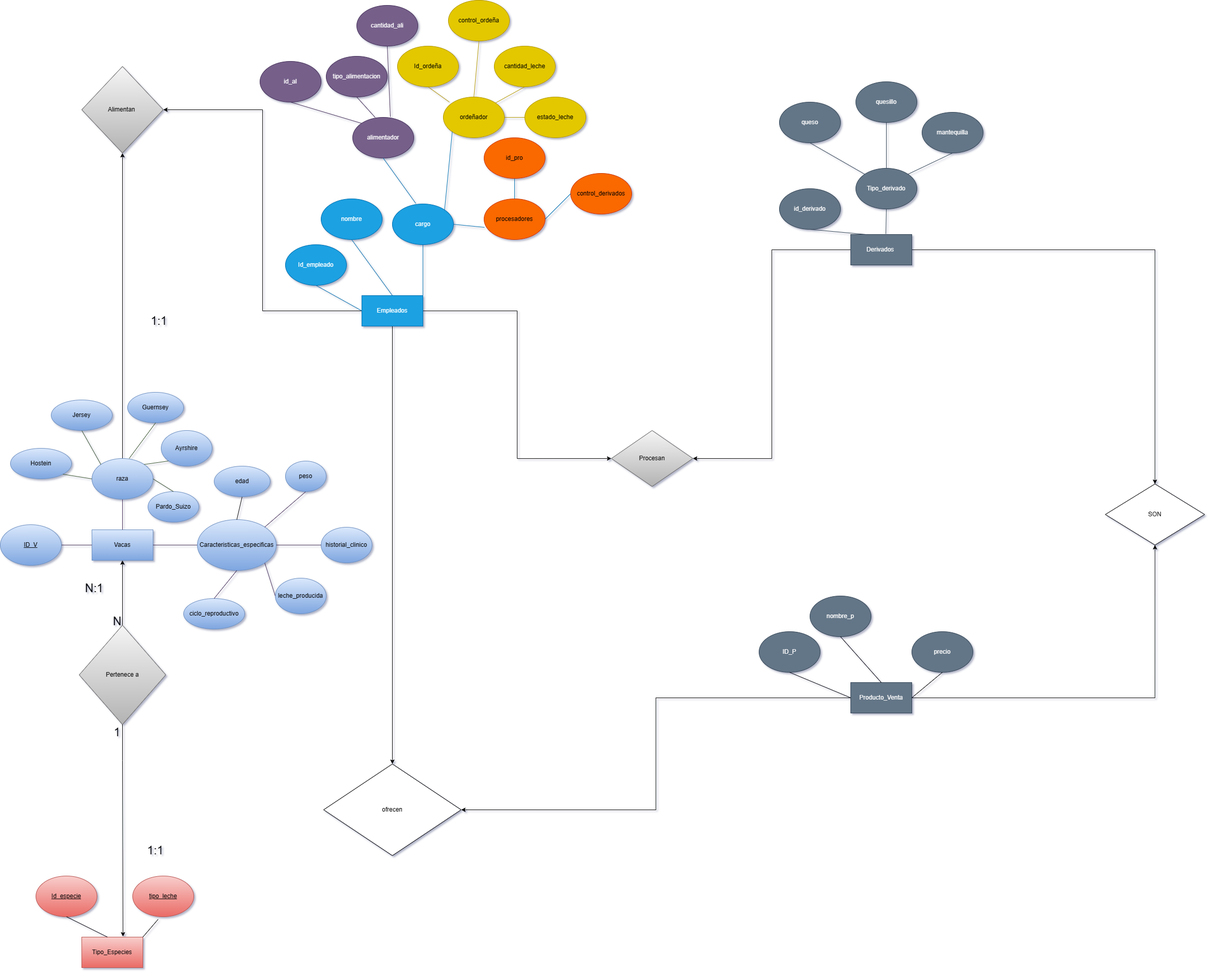
akdii/ProgramacionIV keeps this draw.io diagram as Diagrama sin título.drawio.png. Above is the earlier version. Source tidied: cells renumbered, new cells last; positions are measured from the earlier drawing's top-left corner, leaving out a move shared by most shapes.
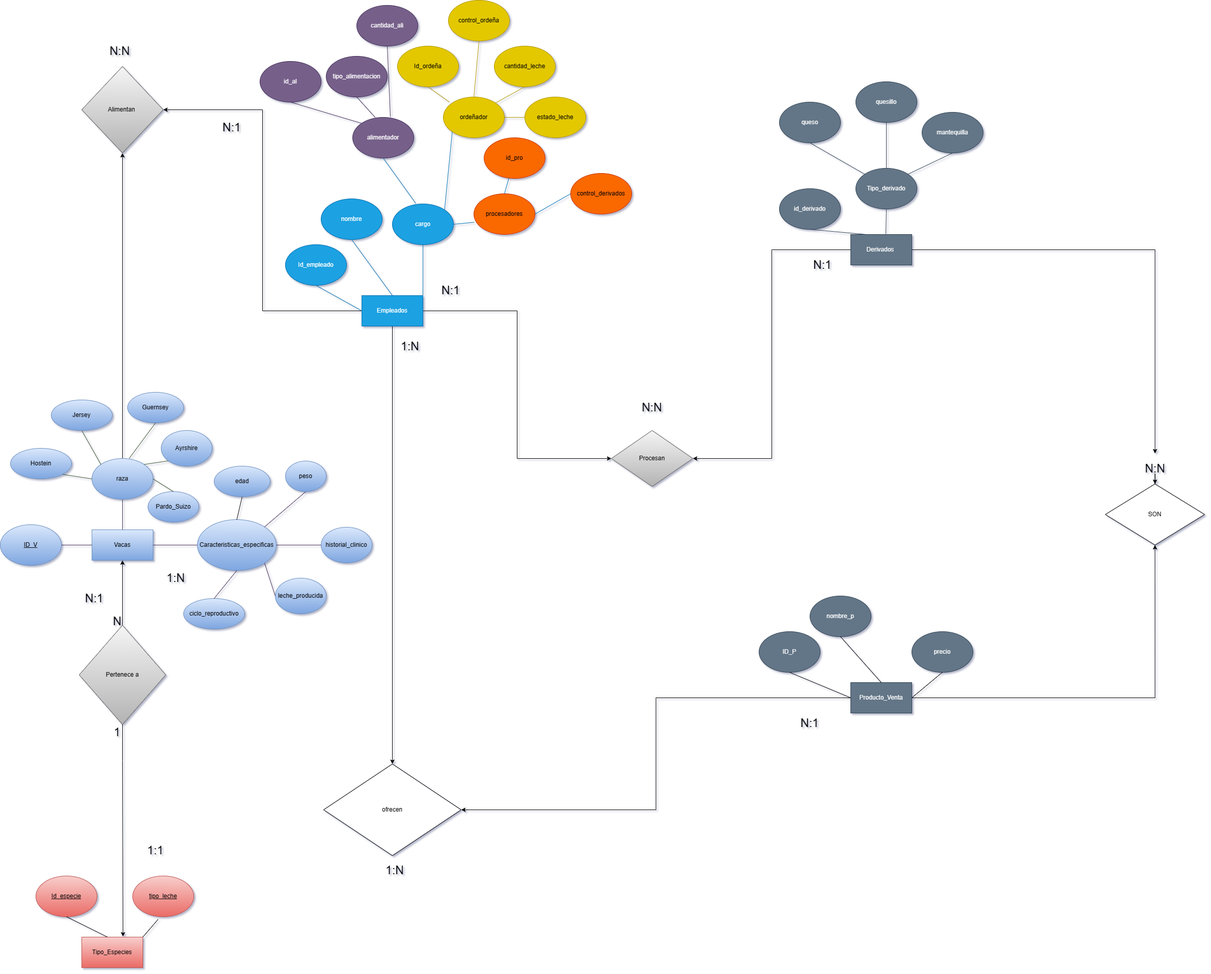
After the change.

What changed in the source:
```diff
@@ -232,7 +232,7 @@
       <mxGeometry x="692" y="230" width="120" height="80" as="geometry" />
     </mxCell>
     <mxCell id="77" value="&lt;span style=&quot;color: rgb(0, 0, 0);&quot;&gt;procesadores&lt;/span&gt;" style="ellipse;whiteSpace=wrap;html=1;fillColor=#fa6800;strokeColor=#C73500;fontColor=#000000;" parent="1" vertex="1">
-      <mxGeometry x="950" y="390" width="120" height="80" as="geometry" />
+      <mxGeometry x="930" y="380" width="120" height="80" as="geometry" />
     </mxCell>
     <mxCell id="78" style="endArrow=none;html=1;rounded=0;entryX=0.5;entryY=1;entryDx=0;entryDy=0;exitX=0.383;exitY=-0.012;exitDx=0;exitDy=0;fillColor=#1ba1e2;strokeColor=#006EAF;exitPerimeter=0;" parent="1" edge="1" source="44" target="76">
       <mxGeometry relative="1" as="geometry" />
@@ -252,7 +252,7 @@
     <mxCell id="83" style="edgeStyle=orthogonalEdgeStyle;rounded=0;jettySize=auto;html=1;entryX=1;entryY=0.5;entryDx=0;entryDy=0;" parent="1" edge="1" source="85" target="56">
       <mxGeometry relative="1" as="geometry" />
     </mxCell>
-    <mxCell id="84" style="edgeStyle=orthogonalEdgeStyle;rounded=0;jettySize=auto;html=1;" parent="1" edge="1" source="85" target="96">
+    <mxCell id="84" style="edgeStyle=orthogonalEdgeStyle;rounded=0;jettySize=auto;html=1;" parent="1" edge="1" source="112" target="96">
       <mxGeometry relative="1" as="geometry" />
     </mxCell>
     <mxCell id="85" value="Derivados&amp;nbsp;" style="rounded=0;whiteSpace=wrap;html=1;fillColor=#647687;strokeColor=#314354;fontColor=#ffffff;" parent="1" vertex="1">
@@ -304,10 +304,40 @@
       <mxGeometry x="200" y="1205" width="60" height="30" as="geometry" />
     </mxCell>
     <mxCell id="101" value="&lt;span style=&quot;font-size: 23px;&quot;&gt;N:1&lt;/span&gt;" style="text;html=1;align=center;verticalAlign=middle;whiteSpace=wrap;rounded=0;" parent="1" vertex="1">
-      <mxGeometry x="130" y="1125" width="110" height="60" as="geometry" />
+      <mxGeometry x="130" y="1145" width="110" height="60" as="geometry" />
     </mxCell>
-    <mxCell id="102" value="&lt;font style=&quot;font-size: 23px;&quot;&gt;1:1&lt;/font&gt;" style="text;html=1;align=center;verticalAlign=middle;whiteSpace=wrap;rounded=0;" parent="1" vertex="1">
-      <mxGeometry x="257" y="600" width="110" height="60" as="geometry" />
+    <mxCell id="102" value="&lt;font style=&quot;font-size: 23px;&quot;&gt;1:N&lt;/font&gt;" style="text;html=1;align=center;verticalAlign=middle;whiteSpace=wrap;rounded=0;" parent="1" vertex="1">
+      <mxGeometry x="290" y="1105" width="110" height="60" as="geometry" />
     </mxCell>
+    <mxCell id="103" value="&lt;font style=&quot;font-size: 23px;&quot;&gt;N:N&lt;/font&gt;" style="text;html=1;align=center;verticalAlign=middle;whiteSpace=wrap;rounded=0;" parent="1" vertex="1">
+      <mxGeometry x="180" y="70" width="110" height="60" as="geometry" />
+    </mxCell>
+    <mxCell id="104" value="&lt;span style=&quot;font-size: 23px;&quot;&gt;N:1&lt;/span&gt;" style="text;html=1;align=center;verticalAlign=middle;whiteSpace=wrap;rounded=0;" parent="1" vertex="1">
+      <mxGeometry x="400" y="220" width="110" height="60" as="geometry" />
+    </mxCell>
+    <mxCell id="105" value="&lt;span style=&quot;font-size: 23px;&quot;&gt;N:1&lt;/span&gt;" style="text;html=1;align=center;verticalAlign=middle;whiteSpace=wrap;rounded=0;" parent="1" vertex="1">
+      <mxGeometry x="830" y="540" width="110" height="60" as="geometry" />
+    </mxCell>
+    <mxCell id="106" value="&lt;span style=&quot;font-size: 23px;&quot;&gt;N:1&lt;/span&gt;" style="text;html=1;align=center;verticalAlign=middle;whiteSpace=wrap;rounded=0;" parent="1" vertex="1">
+      <mxGeometry x="1560" y="490" width="110" height="60" as="geometry" />
+    </mxCell>
+    <mxCell id="107" value="&lt;span style=&quot;font-size: 23px;&quot;&gt;N:N&lt;/span&gt;" style="text;html=1;align=center;verticalAlign=middle;whiteSpace=wrap;rounded=0;" parent="1" vertex="1">
+      <mxGeometry x="1225" y="770" width="110" height="60" as="geometry" />
+    </mxCell>
+    <mxCell id="108" value="&lt;span style=&quot;font-size: 23px;&quot;&gt;1:N&lt;/span&gt;" style="text;html=1;align=center;verticalAlign=middle;whiteSpace=wrap;rounded=0;" parent="1" vertex="1">
+      <mxGeometry x="750" y="650" width="110" height="60" as="geometry" />
+    </mxCell>
+    <mxCell id="109" value="&lt;span style=&quot;font-size: 23px;&quot;&gt;1:N&lt;/span&gt;" style="text;html=1;align=center;verticalAlign=middle;whiteSpace=wrap;rounded=0;" parent="1" vertex="1">
+      <mxGeometry x="720" y="1679" width="110" height="60" as="geometry" />
+    </mxCell>
+    <mxCell id="110" value="&lt;span style=&quot;font-size: 23px;&quot;&gt;N:1&lt;/span&gt;" style="text;html=1;align=center;verticalAlign=middle;whiteSpace=wrap;rounded=0;" parent="1" vertex="1">
+      <mxGeometry x="1535" y="1390" width="110" height="60" as="geometry" />
+    </mxCell>
+    <mxCell id="111" style="edgeStyle=orthogonalEdgeStyle;rounded=0;jettySize=auto;html=1;" parent="1" edge="1" source="85" target="112">
+      <mxGeometry relative="1" as="geometry" />
+    </mxCell>
+    <mxCell id="112" value="&lt;span style=&quot;font-size: 23px;&quot;&gt;N:N&lt;/span&gt;" style="text;html=1;align=center;verticalAlign=middle;whiteSpace=wrap;rounded=0;" parent="1" vertex="1">
+      <mxGeometry x="2212.5" y="890" width="110" height="60" as="geometry" />
+    </mxCell>
   </root>
 </mxGraphModel>
```
